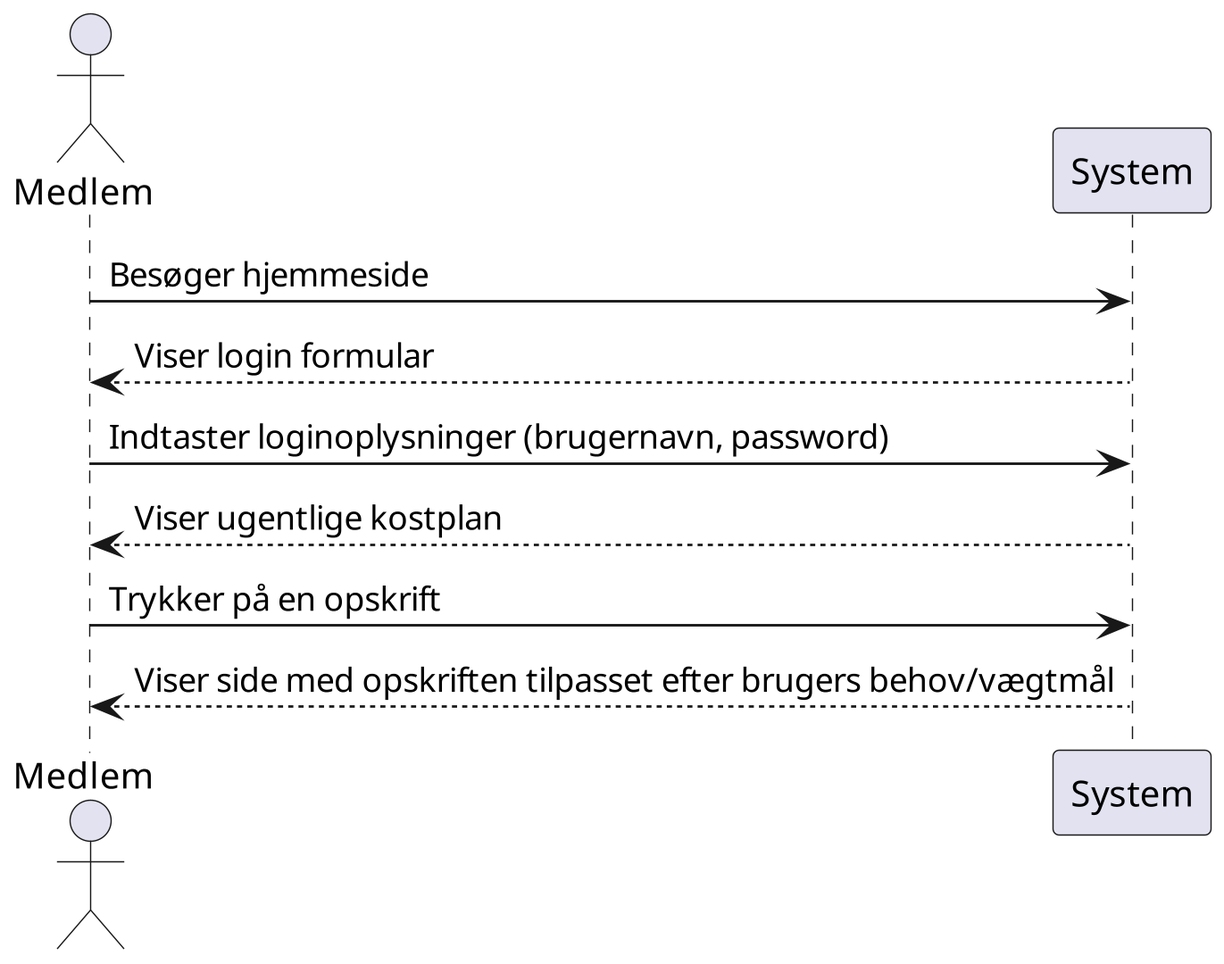
Earlier version of the PlantUML export diagram/system-sequence-diagram.png (sofush/kostplan).
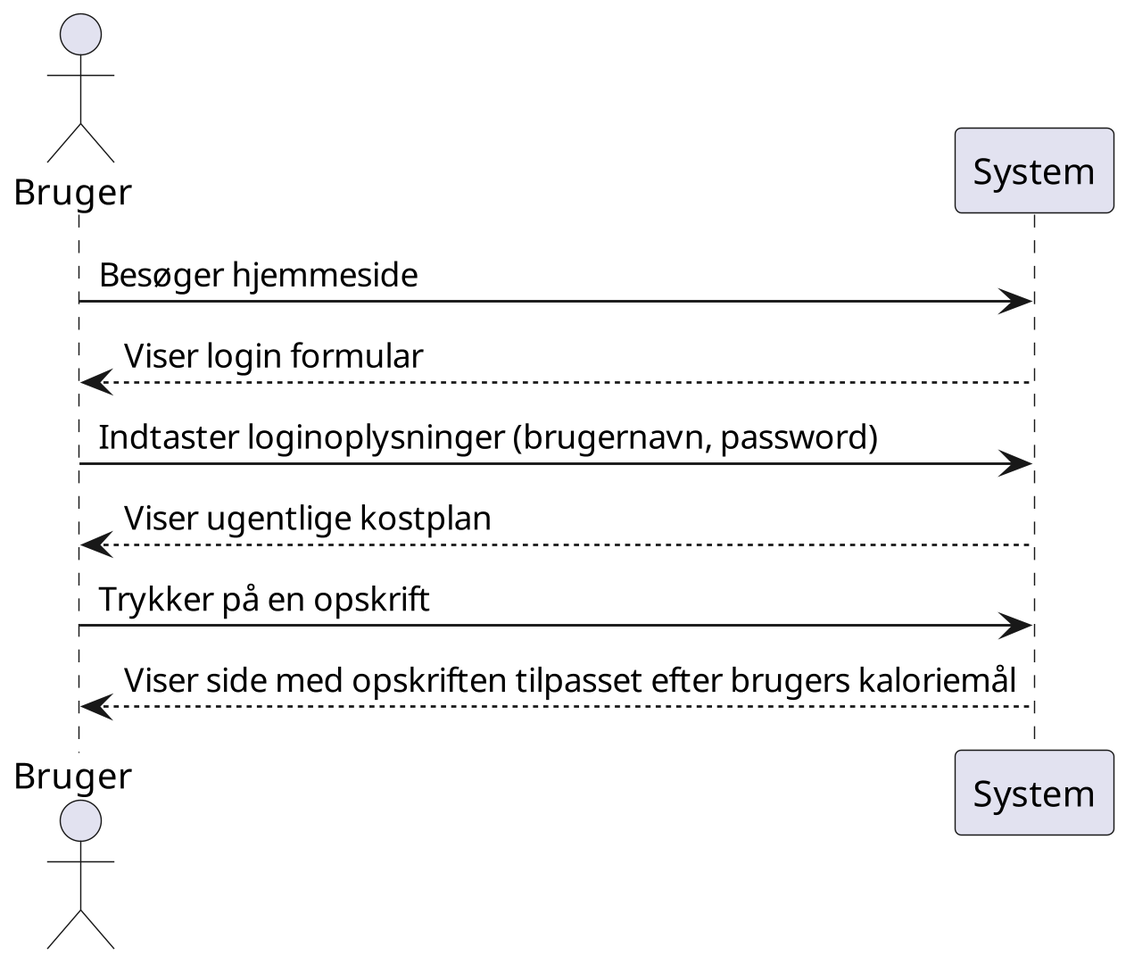
Later version of the same file.

The edit, as a diff of the source:
```diff
@@ -1,10 +1,10 @@
 @startuml
 scale 1920*1080
-actor Medlem
-Medlem -> System: Besøger hjemmeside
-Medlem <-- System: Viser login formular
-Medlem -> System: Indtaster loginoplysninger (brugernavn, password)
-Medlem <-- System: Viser ugentlige kostplan
-Medlem -> System: Trykker på en opskrift
-Medlem <-- System: Viser side med opskriften tilpasset efter brugers behov/vægtmål
+actor Bruger
+Bruger -> System: Besøger hjemmeside
+Bruger <-- System: Viser login formular
+Bruger -> System: Indtaster loginoplysninger (brugernavn, password)
+Bruger <-- System: Viser ugentlige kostplan
+Bruger -> System: Trykker på en opskrift
+Bruger <-- System: Viser side med opskriften tilpasset efter brugers kaloriemål
 @enduml
```
